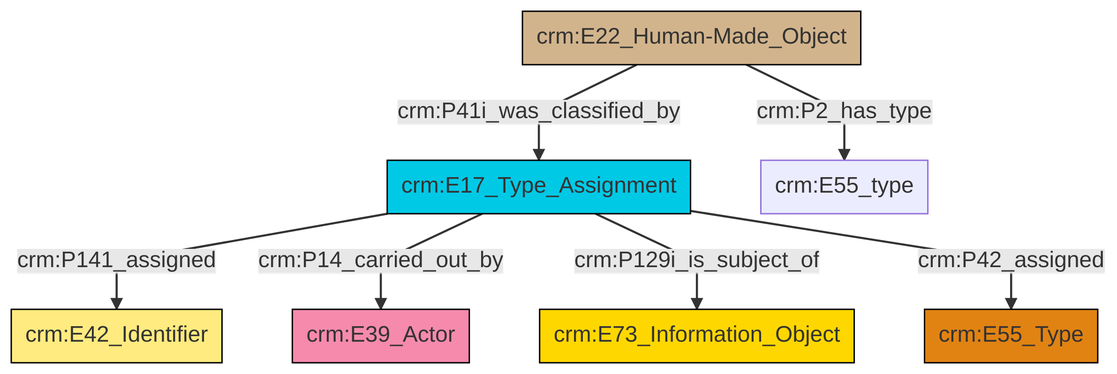
swiss-art-research-net/docs.swissartresearch keeps this Mermaid diagram as et/builtWorkCSV/ttl/mmd/png/Built_Work_designation_status.png. Above is the earlier version. Its source is kept beside it as et/builtWorkCSV/ttl/mmd/Built_Work_designation_status.ttl.mmd.
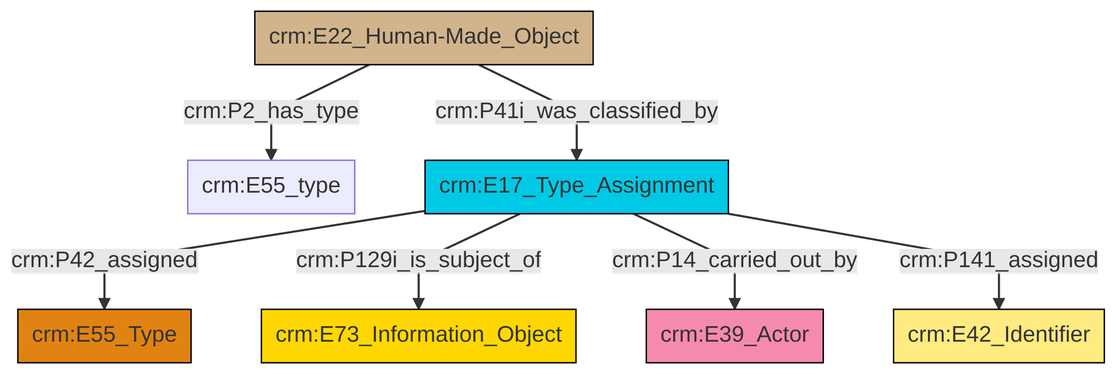
After the commit.

Diff of the diagram source:
```diff
@@ -13,9 +13,9 @@
 classDef PC_Classes fill:#4ce600, stroke:#000000;
 classDef Multi fill:#cccccc,stroke:#000000;
 
-0["crm:E17_Type_Assignment"]:::Temporal_Entity -->|crm:P141_assigned| 2["crm:E42_Identifier"]:::Appellation
-10["crm:E22_Human-Made_Object"]:::Physical_Thing -->|crm:P2_has_type| 6["crm:E55_type"]:::Default
-10["crm:E22_Human-Made_Object"]:::Physical_Thing -->|crm:P41i_was_classified_by| 0["crm:E17_Type_Assignment"]:::Temporal_Entity
-0["crm:E17_Type_Assignment"]:::Temporal_Entity -->|crm:P14_carried_out_by| 8["crm:E39_Actor"]:::Actor
-0["crm:E17_Type_Assignment"]:::Temporal_Entity -->|crm:P129i_is_subject_of| 12["crm:E73_Information_Object"]:::Conceptual_Object
-0["crm:E17_Type_Assignment"]:::Temporal_Entity -->|crm:P42_assigned| 4["crm:E55_Type"]:::Type
+6["crm:E17_Type_Assignment"]:::Temporal_Entity -->|crm:P42_assigned| 4["crm:E55_Type"]:::Type
+6["crm:E17_Type_Assignment"]:::Temporal_Entity -->|crm:P129i_is_subject_of| 8["crm:E73_Information_Object"]:::Conceptual_Object
+6["crm:E17_Type_Assignment"]:::Temporal_Entity -->|crm:P14_carried_out_by| 9["crm:E39_Actor"]:::Actor
+6["crm:E17_Type_Assignment"]:::Temporal_Entity -->|crm:P141_assigned| 11["crm:E42_Identifier"]:::Appellation
+0["crm:E22_Human-Made_Object"]:::Physical_Thing -->|crm:P41i_was_classified_by| 6["crm:E17_Type_Assignment"]:::Temporal_Entity
+0["crm:E22_Human-Made_Object"]:::Physical_Thing -->|crm:P2_has_type| 2["crm:E55_type"]:::Default
```
